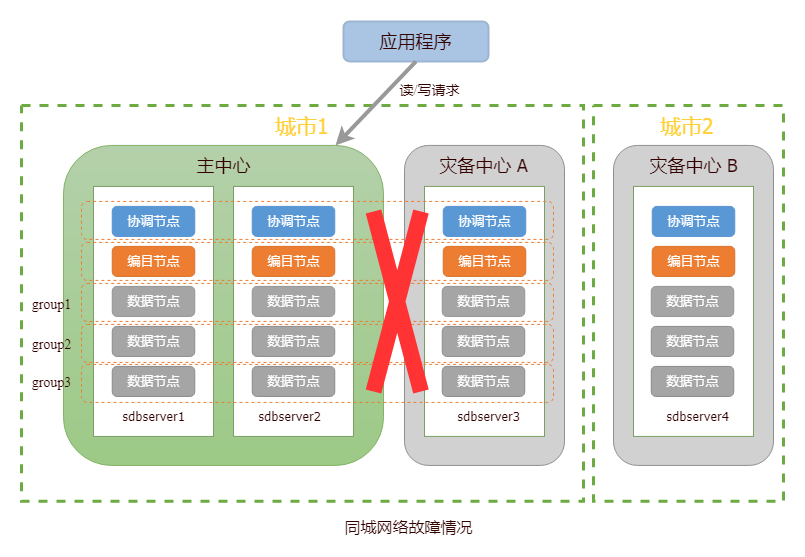
Earlier version of the draw.io export doc/src/images/Distributed_Engine/Maintainance/HA_DR/2c3d_network_down.png (Vivian-hihi/SequoiaDB). Source tidied: cells renumbered, new cells last; positions are measured from the earlier drawing's top-left corner, leaving out a move shared by most shapes. Source of this version:
```xml
<mxGraphModel>
  <root>
    <mxCell id="0" />
    <mxCell id="1" parent="0" />
    <mxCell id="2" style="rounded=0;whiteSpace=wrap;html=1;dashed=1;strokeWidth=3;fillColor=none;strokeColor=#6CAB42;" parent="1" vertex="1">
      <mxGeometry y="83.9" width="562" height="395.9" as="geometry" />
    </mxCell>
    <mxCell id="3" style="rounded=0;whiteSpace=wrap;html=1;dashed=1;strokeWidth=3;fillColor=none;strokeColor=#6CAB42;" parent="1" vertex="1">
      <mxGeometry x="572" y="83.9" width="190" height="395.9" as="geometry" />
    </mxCell>
    <mxCell id="4" style="rounded=1;whiteSpace=wrap;html=1;strokeColor=#82b366;strokeWidth=1;gradientDirection=south;fillColor=#B5D1AB;gradientColor=#9DCA87;" parent="1" vertex="1">
      <mxGeometry x="42" y="123.9" width="320" height="320" as="geometry" />
    </mxCell>
    <mxCell id="5" style="rounded=0;whiteSpace=wrap;html=1;strokeWidth=1;strokeColor=#7B9E65;" parent="1" vertex="1">
      <mxGeometry x="72" y="164.9" width="120" height="250" as="geometry" />
    </mxCell>
    <mxCell id="6" value="&lt;font color=&quot;#ffffff&quot; style=&quot;font-size: 13px&quot;&gt;协调节点&lt;/font&gt;" style="rounded=1;whiteSpace=wrap;html=1;strokeWidth=1;fillColor=#5A98D5;strokeColor=#5793CF;" parent="1" vertex="1">
      <mxGeometry x="90.8" y="184.9" width="82.5" height="30" as="geometry" />
    </mxCell>
    <mxCell id="7" value="&lt;font color=&quot;#ffffff&quot;&gt;&lt;span style=&quot;font-size: 13px&quot;&gt;编目节点&lt;/span&gt;&lt;/font&gt;" style="rounded=1;whiteSpace=wrap;html=1;strokeWidth=1;fillColor=#ED7D31;strokeColor=#D9722D;" parent="1" vertex="1">
      <mxGeometry x="90.8" y="224.9" width="82.5" height="30" as="geometry" />
    </mxCell>
    <mxCell id="8" value="&lt;span style=&quot;color: rgb(255 , 255 , 255) ; font-size: 13px&quot;&gt;数据节点&lt;/span&gt;" style="rounded=1;whiteSpace=wrap;html=1;strokeWidth=1;fillColor=#A5A5A5;strokeColor=#8A8A8A;" parent="1" vertex="1">
      <mxGeometry x="90.8" y="344.9" width="82.5" height="30" as="geometry" />
    </mxCell>
    <mxCell id="9" value="&lt;span style=&quot;color: rgb(255 , 255 , 255) ; font-size: 13px&quot;&gt;数据节点&lt;/span&gt;" style="rounded=1;whiteSpace=wrap;html=1;strokeWidth=1;fillColor=#A5A5A5;strokeColor=#949494;" parent="1" vertex="1">
      <mxGeometry x="90.8" y="264.9" width="82.5" height="30" as="geometry" />
    </mxCell>
    <mxCell id="10" value="&lt;span style=&quot;color: rgb(255 , 255 , 255) ; font-size: 13px&quot;&gt;数据节点&lt;/span&gt;" style="rounded=1;whiteSpace=wrap;html=1;strokeWidth=1;fillColor=#A5A5A5;strokeColor=#8C8C8C;" parent="1" vertex="1">
      <mxGeometry x="90.8" y="304.9" width="82.5" height="30" as="geometry" />
    </mxCell>
    <mxCell id="11" style="rounded=0;whiteSpace=wrap;html=1;strokeWidth=1;strokeColor=#7B9E65;" parent="1" vertex="1">
      <mxGeometry x="212" y="164.9" width="120" height="250" as="geometry" />
    </mxCell>
    <mxCell id="12" value="&lt;font color=&quot;#ffffff&quot; style=&quot;font-size: 13px&quot;&gt;协调节点&lt;/font&gt;" style="rounded=1;whiteSpace=wrap;html=1;strokeWidth=1;fillColor=#5A98D5;strokeColor=#5793CF;" parent="1" vertex="1">
      <mxGeometry x="230.8" y="184.9" width="82.5" height="30" as="geometry" />
    </mxCell>
    <mxCell id="13" value="&lt;font color=&quot;#ffffff&quot;&gt;&lt;span style=&quot;font-size: 13px&quot;&gt;编目节点&lt;/span&gt;&lt;/font&gt;" style="rounded=1;whiteSpace=wrap;html=1;strokeWidth=1;fillColor=#ED7D31;strokeColor=#D9722D;" parent="1" vertex="1">
      <mxGeometry x="230.8" y="224.9" width="82.5" height="30" as="geometry" />
    </mxCell>
    <mxCell id="14" value="&lt;span style=&quot;color: rgb(255 , 255 , 255) ; font-size: 13px&quot;&gt;数据节点&lt;/span&gt;" style="rounded=1;whiteSpace=wrap;html=1;strokeWidth=1;fillColor=#A5A5A5;strokeColor=#949494;" parent="1" vertex="1">
      <mxGeometry x="230.8" y="264.9" width="82.5" height="30" as="geometry" />
    </mxCell>
    <mxCell id="15" value="&lt;span style=&quot;color: rgb(255 , 255 , 255) ; font-size: 13px&quot;&gt;数据节点&lt;/span&gt;" style="rounded=1;whiteSpace=wrap;html=1;strokeWidth=1;fillColor=#A5A5A5;strokeColor=#8C8C8C;" parent="1" vertex="1">
      <mxGeometry x="230.8" y="304.9" width="82.5" height="30" as="geometry" />
    </mxCell>
    <mxCell id="16" value="&lt;span style=&quot;color: rgb(255 , 255 , 255) ; font-size: 13px&quot;&gt;数据节点&lt;/span&gt;" style="rounded=1;whiteSpace=wrap;html=1;strokeWidth=1;fillColor=#A5A5A5;strokeColor=#8A8A8A;" parent="1" vertex="1">
      <mxGeometry x="230.8" y="344.9" width="82.5" height="30" as="geometry" />
    </mxCell>
    <mxCell id="17" style="rounded=1;whiteSpace=wrap;html=1;strokeWidth=1;gradientDirection=south;fillColor=#D1D1D1;strokeColor=#8F8F8F;" parent="1" vertex="1">
      <mxGeometry x="383" y="123.9" width="160" height="320" as="geometry" />
    </mxCell>
    <mxCell id="18" style="rounded=0;whiteSpace=wrap;html=1;strokeWidth=1;strokeColor=#7B9E65;" parent="1" vertex="1">
      <mxGeometry x="403" y="164.9" width="120" height="250" as="geometry" />
    </mxCell>
    <mxCell id="19" value="&lt;font color=&quot;#ffffff&quot; style=&quot;font-size: 13px&quot;&gt;协调节点&lt;/font&gt;" style="rounded=1;whiteSpace=wrap;html=1;strokeWidth=1;fillColor=#5A98D5;strokeColor=#5793CF;" parent="1" vertex="1">
      <mxGeometry x="421.8" y="184.9" width="82.5" height="30" as="geometry" />
    </mxCell>
    <mxCell id="20" value="&lt;font color=&quot;#ffffff&quot;&gt;&lt;span style=&quot;font-size: 13px&quot;&gt;编目节点&lt;/span&gt;&lt;/font&gt;" style="rounded=1;whiteSpace=wrap;html=1;strokeWidth=1;fillColor=#ED7D31;strokeColor=#D9722D;" parent="1" vertex="1">
      <mxGeometry x="421.8" y="224.9" width="82.5" height="30" as="geometry" />
    </mxCell>
    <mxCell id="21" value="&lt;span style=&quot;color: rgb(255 , 255 , 255) ; font-size: 13px&quot;&gt;数据节点&lt;/span&gt;" style="rounded=1;whiteSpace=wrap;html=1;strokeWidth=1;fillColor=#A5A5A5;strokeColor=#949494;" parent="1" vertex="1">
      <mxGeometry x="420.8" y="264.9" width="82.5" height="30" as="geometry" />
    </mxCell>
    <mxCell id="22" value="&lt;span style=&quot;color: rgb(255 , 255 , 255) ; font-size: 13px&quot;&gt;数据节点&lt;/span&gt;" style="rounded=1;whiteSpace=wrap;html=1;strokeWidth=1;fillColor=#A5A5A5;strokeColor=#8C8C8C;" parent="1" vertex="1">
      <mxGeometry x="420.8" y="304.9" width="82.5" height="30" as="geometry" />
    </mxCell>
    <mxCell id="23" value="&lt;span style=&quot;color: rgb(255 , 255 , 255) ; font-size: 13px&quot;&gt;数据节点&lt;/span&gt;" style="rounded=1;whiteSpace=wrap;html=1;strokeWidth=1;fillColor=#A5A5A5;strokeColor=#8A8A8A;" parent="1" vertex="1">
      <mxGeometry x="420.8" y="344.9" width="82.5" height="30" as="geometry" />
    </mxCell>
    <mxCell id="24" value="&lt;div&gt;&lt;span style=&quot;color: rgb(51 , 0 , 0) ; font-family: &amp;#34;tahoma&amp;#34; ; line-height: 100%&quot;&gt;&lt;font style=&quot;font-size: 13px&quot;&gt;sdbserver1&lt;/font&gt;&lt;/span&gt;&lt;/div&gt;" style="text;html=1;align=center;verticalAlign=middle;fillColor=none;strokeColor=none;rounded=0;strokeWidth=1;" parent="1" vertex="1">
      <mxGeometry x="92" y="384.9" width="80" height="20" as="geometry" />
    </mxCell>
    <mxCell id="25" value="&lt;div&gt;&lt;span style=&quot;color: rgb(51 , 0 , 0) ; font-family: &amp;#34;tahoma&amp;#34; ; line-height: 100%&quot;&gt;&lt;font style=&quot;font-size: 13px&quot;&gt;sdbserver2&lt;/font&gt;&lt;/span&gt;&lt;/div&gt;" style="text;html=1;align=center;verticalAlign=middle;fillColor=none;strokeColor=none;rounded=0;strokeWidth=1;" parent="1" vertex="1">
      <mxGeometry x="228.2" y="384.9" width="80" height="20" as="geometry" />
    </mxCell>
    <mxCell id="26" value="&lt;div&gt;&lt;span style=&quot;color: rgb(51 , 0 , 0) ; font-family: &amp;#34;tahoma&amp;#34; ; line-height: 100%&quot;&gt;&lt;font style=&quot;font-size: 13px&quot;&gt;sdbserver3&lt;/font&gt;&lt;/span&gt;&lt;/div&gt;" style="text;html=1;align=center;verticalAlign=middle;fillColor=none;strokeColor=none;rounded=0;strokeWidth=1;" parent="1" vertex="1">
      <mxGeometry x="426.8" y="384.9" width="80" height="20" as="geometry" />
    </mxCell>
    <mxCell id="27" style="rounded=1;whiteSpace=wrap;html=1;dashed=1;strokeColor=#ED7D31;strokeWidth=1;fillColor=none;gradientColor=none;" parent="1" vertex="1">
      <mxGeometry x="60" y="179.9" width="472" height="38" as="geometry" />
    </mxCell>
    <mxCell id="28" style="rounded=1;whiteSpace=wrap;html=1;dashed=1;strokeColor=#ED7D31;strokeWidth=1;fillColor=none;gradientColor=none;" parent="1" vertex="1">
      <mxGeometry x="60" y="220.9" width="472" height="38" as="geometry" />
    </mxCell>
    <mxCell id="29" style="rounded=1;whiteSpace=wrap;html=1;dashed=1;strokeColor=#ED7D31;strokeWidth=1;fillColor=none;gradientColor=none;" parent="1" vertex="1">
      <mxGeometry x="60" y="261.9" width="472" height="38" as="geometry" />
    </mxCell>
    <mxCell id="30" style="rounded=1;whiteSpace=wrap;html=1;dashed=1;strokeColor=#ED7D31;strokeWidth=1;fillColor=none;gradientColor=none;" parent="1" vertex="1">
      <mxGeometry x="60" y="302.9" width="472" height="38" as="geometry" />
    </mxCell>
    <mxCell id="31" style="rounded=1;whiteSpace=wrap;html=1;dashed=1;strokeColor=#ED7D31;strokeWidth=1;fillColor=none;gradientColor=none;" parent="1" vertex="1">
      <mxGeometry x="60" y="342.9" width="472" height="38" as="geometry" />
    </mxCell>
    <mxCell id="32" value="&lt;font color=&quot;#330000&quot; face=&quot;tahoma&quot; style=&quot;font-size: 18px&quot;&gt;&lt;span style=&quot;font-size: 18px&quot;&gt;&lt;span style=&quot;font-size: 18px&quot;&gt;主中心&lt;/span&gt;&lt;/span&gt;&lt;/font&gt;" style="text;html=1;align=center;verticalAlign=middle;fillColor=none;strokeColor=none;rounded=0;strokeWidth=1;fontSize=18;" parent="1" vertex="1">
      <mxGeometry x="167" y="128.9" width="70" height="30" as="geometry" />
    </mxCell>
    <mxCell id="33" value="&lt;font color=&quot;#330000&quot; face=&quot;tahoma&quot; style=&quot;font-size: 18px&quot;&gt;&lt;span style=&quot;font-size: 18px&quot;&gt;&lt;span style=&quot;font-size: 18px&quot;&gt;灾备中心 A&lt;/span&gt;&lt;/span&gt;&lt;/font&gt;" style="text;html=1;align=center;verticalAlign=middle;fillColor=none;strokeColor=none;rounded=0;strokeWidth=1;fontSize=18;" parent="1" vertex="1">
      <mxGeometry x="412" y="128.9" width="100" height="30" as="geometry" />
    </mxCell>
    <mxCell id="34" value="&lt;font color=&quot;#330000&quot; style=&quot;font-size: 14px&quot;&gt;&lt;span style=&quot;font-size: 14px&quot;&gt;&lt;span style=&quot;font-size: 14px&quot;&gt;group1&lt;/span&gt;&lt;/span&gt;&lt;/font&gt;" style="text;html=1;align=center;verticalAlign=middle;fillColor=none;strokeColor=none;rounded=0;strokeWidth=1;fontSize=14;fontFamily=Times New Roman;fontStyle=0;" parent="1" vertex="1">
      <mxGeometry y="272.9" width="60" height="20" as="geometry" />
    </mxCell>
    <mxCell id="35" value="&lt;font color=&quot;#330000&quot; style=&quot;font-size: 14px&quot;&gt;&lt;span style=&quot;font-size: 14px&quot;&gt;&lt;span style=&quot;font-size: 14px&quot;&gt;group2&lt;/span&gt;&lt;/span&gt;&lt;/font&gt;" style="text;html=1;align=center;verticalAlign=middle;fillColor=none;strokeColor=none;rounded=0;strokeWidth=1;fontSize=14;fontFamily=Times New Roman;fontStyle=0;" parent="1" vertex="1">
      <mxGeometry y="312.9" width="60" height="20" as="geometry" />
    </mxCell>
    <mxCell id="36" value="&lt;font color=&quot;#330000&quot; style=&quot;font-size: 14px&quot;&gt;&lt;span style=&quot;font-size: 14px&quot;&gt;&lt;span style=&quot;font-size: 14px&quot;&gt;group3&lt;/span&gt;&lt;/span&gt;&lt;/font&gt;" style="text;html=1;align=center;verticalAlign=middle;fillColor=none;strokeColor=none;rounded=0;strokeWidth=1;fontSize=14;fontFamily=Times New Roman;fontStyle=0;" parent="1" vertex="1">
      <mxGeometry y="350.9" width="60" height="20" as="geometry" />
    </mxCell>
    <mxCell id="37" value="&lt;font color=&quot;#330000&quot; style=&quot;font-size: 16px&quot;&gt;同城网络故障情况&lt;/font&gt;" style="text;html=1;align=center;verticalAlign=middle;fillColor=none;strokeColor=none;rounded=0;strokeWidth=1;fontSize=16;fontFamily=Tahoma;" parent="1" vertex="1">
      <mxGeometry x="317" y="494.9" width="140" height="20" as="geometry" />
    </mxCell>
    <mxCell id="38" style="rounded=1;whiteSpace=wrap;html=1;strokeWidth=1;gradientDirection=south;fillColor=#D1D1D1;strokeColor=#8F8F8F;" parent="1" vertex="1">
      <mxGeometry x="592" y="123.9" width="160" height="320" as="geometry" />
    </mxCell>
    <mxCell id="39" style="rounded=0;whiteSpace=wrap;html=1;strokeWidth=1;strokeColor=#7B9E65;" parent="1" vertex="1">
      <mxGeometry x="612" y="164.9" width="120" height="250" as="geometry" />
    </mxCell>
    <mxCell id="40" value="&lt;font color=&quot;#ffffff&quot; style=&quot;font-size: 13px&quot;&gt;协调节点&lt;/font&gt;" style="rounded=1;whiteSpace=wrap;html=1;strokeWidth=1;fillColor=#5A98D5;strokeColor=#5793CF;" parent="1" vertex="1">
      <mxGeometry x="630.8" y="184.9" width="82.5" height="30" as="geometry" />
    </mxCell>
    <mxCell id="41" value="&lt;font color=&quot;#ffffff&quot;&gt;&lt;span style=&quot;font-size: 13px&quot;&gt;编目节点&lt;/span&gt;&lt;/font&gt;" style="rounded=1;whiteSpace=wrap;html=1;strokeWidth=1;fillColor=#ED7D31;strokeColor=#D9722D;" parent="1" vertex="1">
      <mxGeometry x="630.8" y="224.9" width="82.5" height="30" as="geometry" />
    </mxCell>
    <mxCell id="42" value="&lt;span style=&quot;color: rgb(255 , 255 , 255) ; font-size: 13px&quot;&gt;数据节点&lt;/span&gt;" style="rounded=1;whiteSpace=wrap;html=1;strokeWidth=1;fillColor=#A5A5A5;strokeColor=#949494;" parent="1" vertex="1">
      <mxGeometry x="629.8" y="264.9" width="82.5" height="30" as="geometry" />
    </mxCell>
    <mxCell id="43" value="&lt;span style=&quot;color: rgb(255 , 255 , 255) ; font-size: 13px&quot;&gt;数据节点&lt;/span&gt;" style="rounded=1;whiteSpace=wrap;html=1;strokeWidth=1;fillColor=#A5A5A5;strokeColor=#8C8C8C;" parent="1" vertex="1">
      <mxGeometry x="629.8" y="304.9" width="82.5" height="30" as="geometry" />
    </mxCell>
    <mxCell id="44" value="&lt;span style=&quot;color: rgb(255 , 255 , 255) ; font-size: 13px&quot;&gt;数据节点&lt;/span&gt;" style="rounded=1;whiteSpace=wrap;html=1;strokeWidth=1;fillColor=#A5A5A5;strokeColor=#8A8A8A;" parent="1" vertex="1">
      <mxGeometry x="629.8" y="344.9" width="82.5" height="30" as="geometry" />
    </mxCell>
    <mxCell id="45" value="&lt;div&gt;&lt;span style=&quot;color: rgb(51 , 0 , 0) ; font-family: &amp;#34;tahoma&amp;#34; ; line-height: 100%&quot;&gt;&lt;font style=&quot;font-size: 13px&quot;&gt;sdbserver4&lt;/font&gt;&lt;/span&gt;&lt;/div&gt;" style="text;html=1;align=center;verticalAlign=middle;fillColor=none;strokeColor=none;rounded=0;strokeWidth=1;" parent="1" vertex="1">
      <mxGeometry x="635.8" y="384.9" width="80" height="20" as="geometry" />
    </mxCell>
    <mxCell id="46" value="&lt;font color=&quot;#330000&quot; face=&quot;tahoma&quot; style=&quot;font-size: 18px&quot;&gt;&lt;span style=&quot;font-size: 18px&quot;&gt;&lt;span style=&quot;font-size: 18px&quot;&gt;灾备中心 B&lt;/span&gt;&lt;/span&gt;&lt;/font&gt;" style="text;html=1;align=center;verticalAlign=middle;fillColor=none;strokeColor=none;rounded=0;strokeWidth=1;fontSize=18;" parent="1" vertex="1">
      <mxGeometry x="622" y="128.9" width="100" height="30" as="geometry" />
    </mxCell>
    <mxCell id="47" value="&lt;font face=&quot;tahoma&quot; style=&quot;font-size: 21px&quot; color=&quot;#ffd139&quot;&gt;&amp;nbsp;城市1&lt;/font&gt;" style="text;html=1;align=center;verticalAlign=middle;fillColor=none;strokeColor=none;rounded=0;strokeWidth=1;fontSize=21;" parent="1" vertex="1">
      <mxGeometry x="237.2" y="88.9" width="80" height="30" as="geometry" />
    </mxCell>
    <mxCell id="48" value="&lt;font face=&quot;tahoma&quot; style=&quot;font-size: 21px&quot; color=&quot;#ffd139&quot;&gt;&amp;nbsp;城市2&lt;/font&gt;" style="text;html=1;align=center;verticalAlign=middle;fillColor=none;strokeColor=none;rounded=0;strokeWidth=1;fontSize=21;" parent="1" vertex="1">
      <mxGeometry x="622" y="88.9" width="80" height="30" as="geometry" />
    </mxCell>
    <mxCell id="49" style="shape=umlDestroy;strokeWidth=16;gradientColor=none;fontSize=18;strokeColor=#FF3333;shadow=0;sketch=0;fillColor=none;" parent="1" vertex="1">
      <mxGeometry x="352" y="189.9" width="47.5" height="180" as="geometry" />
    </mxCell>
    <mxCell id="50" style="rounded=1;whiteSpace=wrap;html=1;strokeWidth=2;gradientColor=none;fontSize=18;fillColor=#AAC5E3;strokeColor=#9DB5D1;" parent="1" vertex="1">
      <mxGeometry x="322" y="-0.1" width="145" height="40" as="geometry" />
    </mxCell>
    <mxCell id="51" value="&lt;font color=&quot;#330000&quot; face=&quot;tahoma&quot;&gt;应用程序&lt;br&gt;&lt;/font&gt;" style="text;html=1;align=center;verticalAlign=middle;fillColor=none;strokeColor=none;rounded=0;strokeWidth=1;fontSize=18;" parent="1" vertex="1">
      <mxGeometry x="349.5" y="4.9" width="90" height="30" as="geometry" />
    </mxCell>
    <mxCell id="52" style="endArrow=classic;html=1;strokeWidth=4;strokeColor=#999999;exitX=0.5;exitY=1;exitDx=0;exitDy=0;" parent="1" edge="1" source="50">
      <mxGeometry relative="1" as="geometry">
        <mxPoint x="314" y="123.9" as="targetPoint" />
      </mxGeometry>
    </mxCell>
    <mxCell id="53" value="&lt;font color=&quot;#330000&quot; style=&quot;font-size: 14px&quot;&gt;读/写请求&lt;/font&gt;" style="text;html=1;align=center;verticalAlign=middle;fillColor=none;strokeColor=none;rounded=0;strokeWidth=1;fontSize=14;fontFamily=Times New Roman;fontStyle=0;" parent="1" vertex="1">
      <mxGeometry x="367.7" y="58.9" width="80" height="20" as="geometry" />
    </mxCell>
  </root>
</mxGraphModel>
```
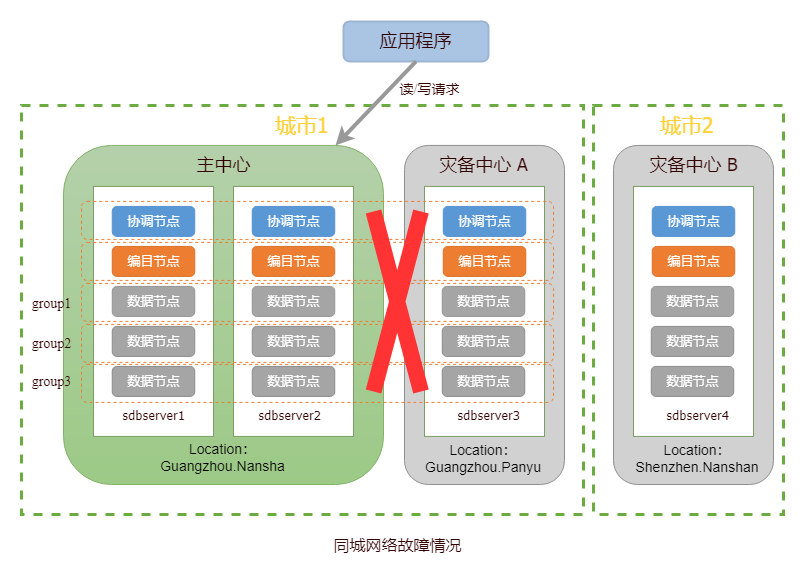
After the commit.

Diff of the diagram source:
```diff
@@ -3,13 +3,13 @@
     <mxCell id="0" />
     <mxCell id="1" parent="0" />
     <mxCell id="2" style="rounded=0;whiteSpace=wrap;html=1;dashed=1;strokeWidth=3;fillColor=none;strokeColor=#6CAB42;" parent="1" vertex="1">
-      <mxGeometry y="83.9" width="562" height="395.9" as="geometry" />
+      <mxGeometry y="83.9" width="562" height="409.1" as="geometry" />
     </mxCell>
     <mxCell id="3" style="rounded=0;whiteSpace=wrap;html=1;dashed=1;strokeWidth=3;fillColor=none;strokeColor=#6CAB42;" parent="1" vertex="1">
-      <mxGeometry x="572" y="83.9" width="190" height="395.9" as="geometry" />
+      <mxGeometry x="572" y="83.9" width="190" height="409.1" as="geometry" />
     </mxCell>
     <mxCell id="4" style="rounded=1;whiteSpace=wrap;html=1;strokeColor=#82b366;strokeWidth=1;gradientDirection=south;fillColor=#B5D1AB;gradientColor=#9DCA87;" parent="1" vertex="1">
-      <mxGeometry x="42" y="123.9" width="320" height="320" as="geometry" />
+      <mxGeometry x="42" y="123.9" width="320" height="339.1" as="geometry" />
     </mxCell>
     <mxCell id="5" style="rounded=0;whiteSpace=wrap;html=1;strokeWidth=1;strokeColor=#7B9E65;" parent="1" vertex="1">
       <mxGeometry x="72" y="164.9" width="120" height="250" as="geometry" />
@@ -48,7 +48,7 @@
       <mxGeometry x="230.8" y="344.9" width="82.5" height="30" as="geometry" />
     </mxCell>
     <mxCell id="17" style="rounded=1;whiteSpace=wrap;html=1;strokeWidth=1;gradientDirection=south;fillColor=#D1D1D1;strokeColor=#8F8F8F;" parent="1" vertex="1">
-      <mxGeometry x="383" y="123.9" width="160" height="320" as="geometry" />
+      <mxGeometry x="383" y="123.9" width="160" height="339.1" as="geometry" />
     </mxCell>
     <mxCell id="18" style="rounded=0;whiteSpace=wrap;html=1;strokeWidth=1;strokeColor=#7B9E65;" parent="1" vertex="1">
       <mxGeometry x="403" y="164.9" width="120" height="250" as="geometry" />
@@ -108,10 +108,10 @@
       <mxGeometry y="350.9" width="60" height="20" as="geometry" />
     </mxCell>
     <mxCell id="37" value="&lt;font color=&quot;#330000&quot; style=&quot;font-size: 16px&quot;&gt;同城网络故障情况&lt;/font&gt;" style="text;html=1;align=center;verticalAlign=middle;fillColor=none;strokeColor=none;rounded=0;strokeWidth=1;fontSize=16;fontFamily=Tahoma;" parent="1" vertex="1">
-      <mxGeometry x="317" y="494.9" width="140" height="20" as="geometry" />
+      <mxGeometry x="305.8" y="513" width="140" height="20" as="geometry" />
     </mxCell>
     <mxCell id="38" style="rounded=1;whiteSpace=wrap;html=1;strokeWidth=1;gradientDirection=south;fillColor=#D1D1D1;strokeColor=#8F8F8F;" parent="1" vertex="1">
-      <mxGeometry x="592" y="123.9" width="160" height="320" as="geometry" />
+      <mxGeometry x="592" y="123.9" width="160" height="339.1" as="geometry" />
     </mxCell>
     <mxCell id="39" style="rounded=0;whiteSpace=wrap;html=1;strokeWidth=1;strokeColor=#7B9E65;" parent="1" vertex="1">
       <mxGeometry x="612" y="164.9" width="120" height="250" as="geometry" />
@@ -160,5 +160,14 @@
     <mxCell id="53" value="&lt;font color=&quot;#330000&quot; style=&quot;font-size: 14px&quot;&gt;读/写请求&lt;/font&gt;" style="text;html=1;align=center;verticalAlign=middle;fillColor=none;strokeColor=none;rounded=0;strokeWidth=1;fontSize=14;fontFamily=Times New Roman;fontStyle=0;" parent="1" vertex="1">
       <mxGeometry x="367.7" y="58.9" width="80" height="20" as="geometry" />
     </mxCell>
+    <mxCell id="54" value="&lt;font style=&quot;font-size: 14px&quot;&gt;Location：Guangzhou.Nansha&lt;/font&gt;" style="rounded=0;whiteSpace=wrap;html=1;fillColor=none;strokeColor=none;" parent="1" vertex="1">
+      <mxGeometry x="114.4" y="404.9" width="175.2" height="62.5" as="geometry" />
+    </mxCell>
+    <mxCell id="55" value="&lt;font style=&quot;font-size: 14px&quot;&gt;Location：Guangzhou.Panyu&lt;/font&gt;" style="rounded=0;whiteSpace=wrap;html=1;fillColor=none;strokeColor=none;" parent="1" vertex="1">
+      <mxGeometry x="378.9" y="407.4" width="166.2" height="60" as="geometry" />
+    </mxCell>
+    <mxCell id="56" value="&lt;font style=&quot;font-size: 14px&quot;&gt;Location：Shenzhen.Nanshan&lt;/font&gt;" style="rounded=0;whiteSpace=wrap;html=1;fillColor=none;strokeColor=none;" parent="1" vertex="1">
+      <mxGeometry x="592.6" y="407.4" width="166.2" height="60" as="geometry" />
+    </mxCell>
   </root>
 </mxGraphModel>
```
